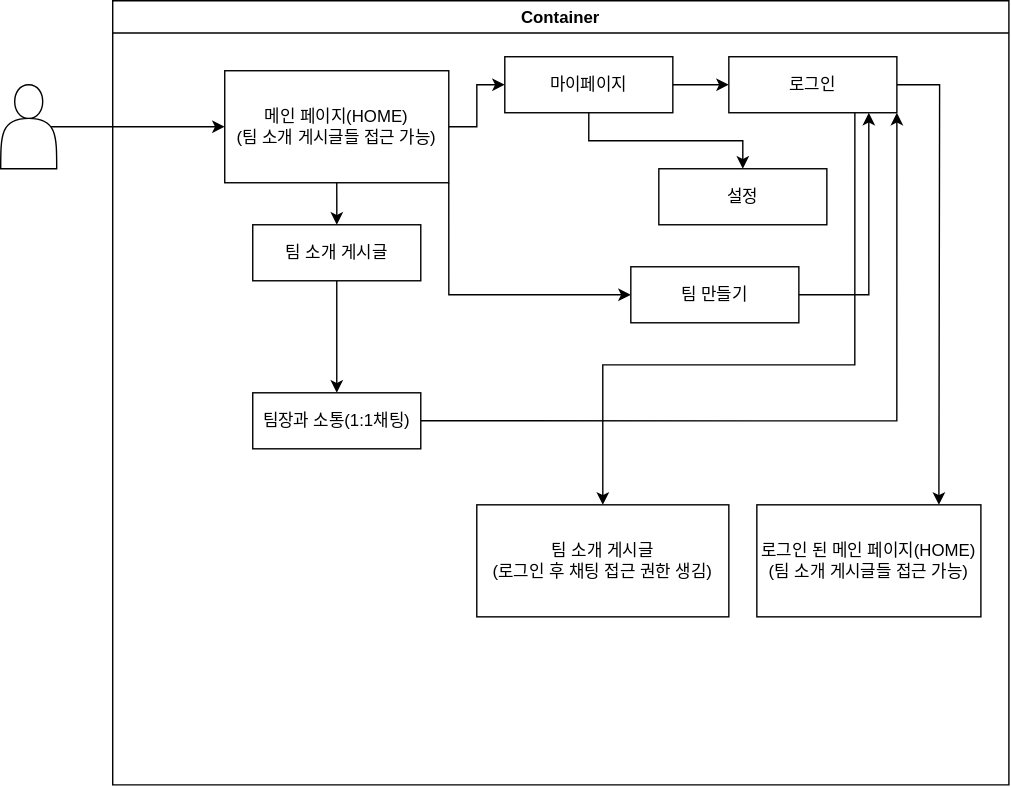
The draw.io diagram documents/TCT-UseCase.drawio.svg in 1Dohyeon/TCT, before a commit. Source tidied: cells renumbered, new cells last; positions are measured from the earlier drawing's top-left corner, leaving out a move shared by most shapes.
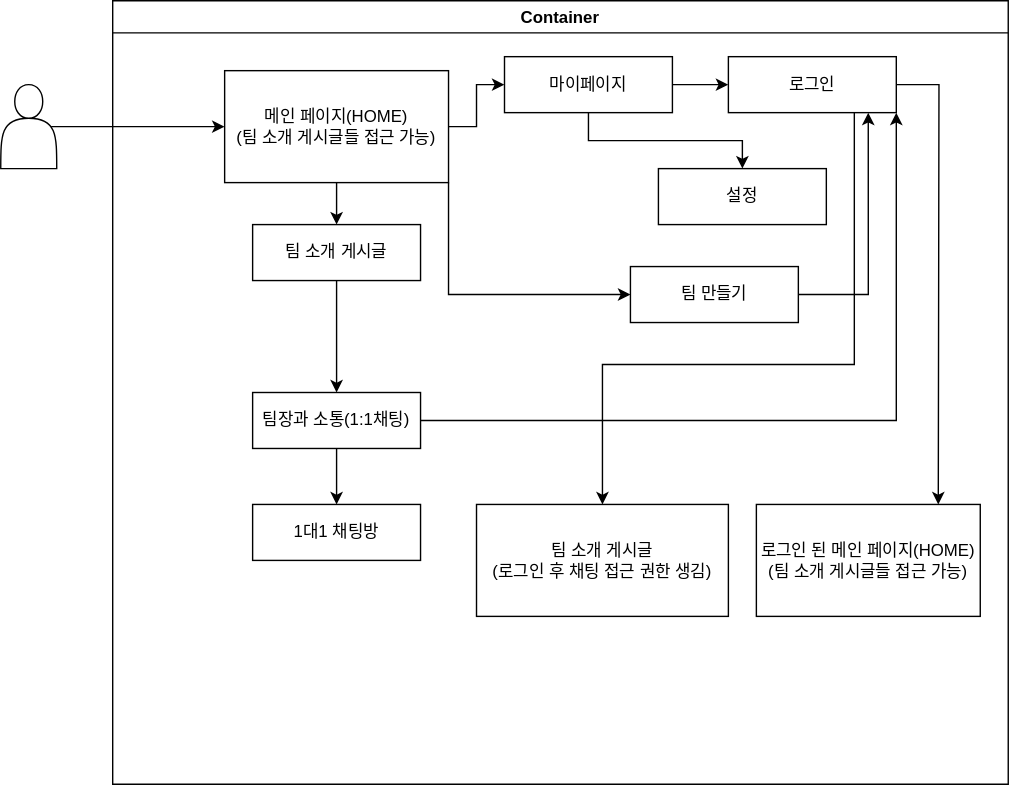
The same file after the commit.

The edit, as a diff of the source:
```diff
@@ -75,5 +75,11 @@
     <mxCell id="23" value="팀 소개 게시글&lt;br&gt;(로그인 후 채팅 접근 권한 생김)" style="rounded=0;whiteSpace=wrap;html=1;" parent="4" vertex="1">
       <mxGeometry x="260" y="360" width="180" height="80" as="geometry" />
     </mxCell>
+    <mxCell id="24" value="1대1 채팅방" style="rounded=0;whiteSpace=wrap;html=1;" parent="4" vertex="1">
+      <mxGeometry x="100" y="360" width="120" height="40" as="geometry" />
+    </mxCell>
+    <mxCell id="25" style="edgeStyle=orthogonalEdgeStyle;rounded=0;jettySize=auto;html=1;exitX=0.5;exitY=1;exitDx=0;exitDy=0;" parent="4" edge="1" source="21" target="24">
+      <mxGeometry relative="1" as="geometry" />
+    </mxCell>
   </root>
 </mxGraphModel>
```
